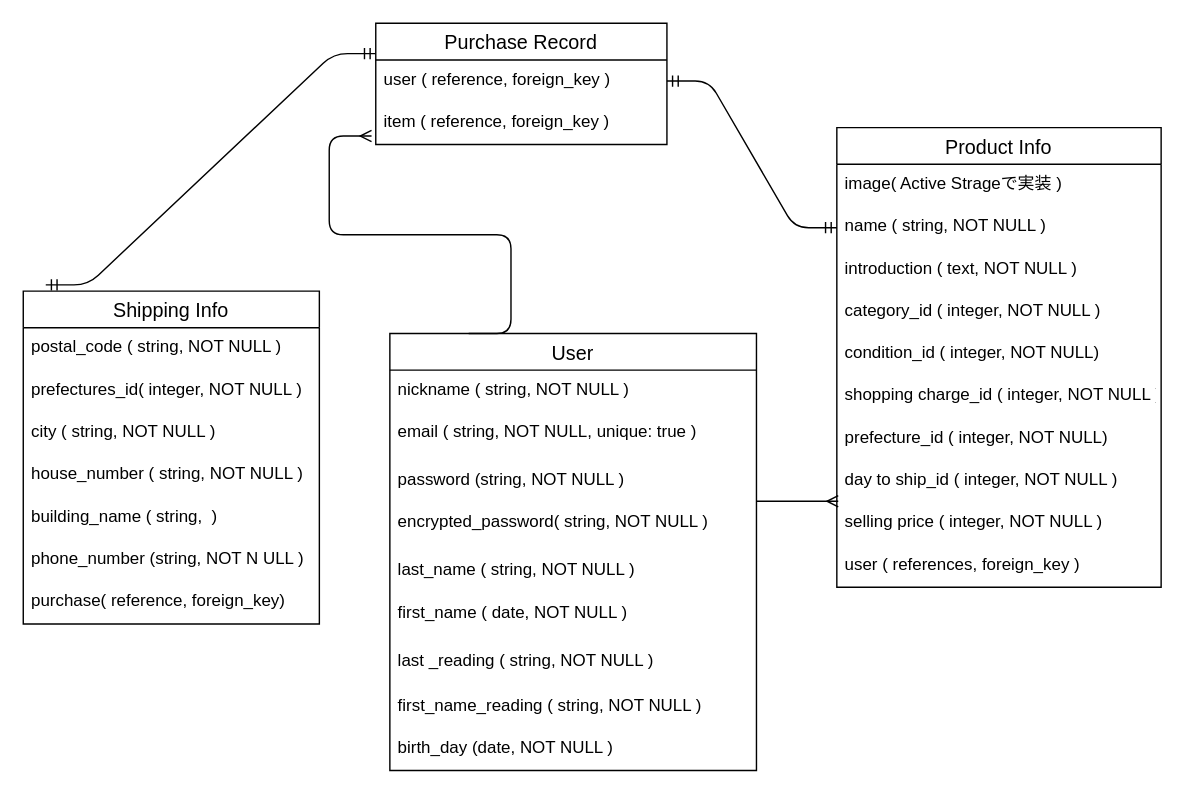
The draw.io diagram app/views/furima.dio in miyazakisayaka7/furima-35258, before the edit. Source tidied: cells renumbered, new cells numbered last; positions are measured from the earlier drawing's top-left corner, leaving out a move shared by most shapes. Both pictures are drawn from the tidied source at 141%, with x=0, y=0 at pixel (23, 23).
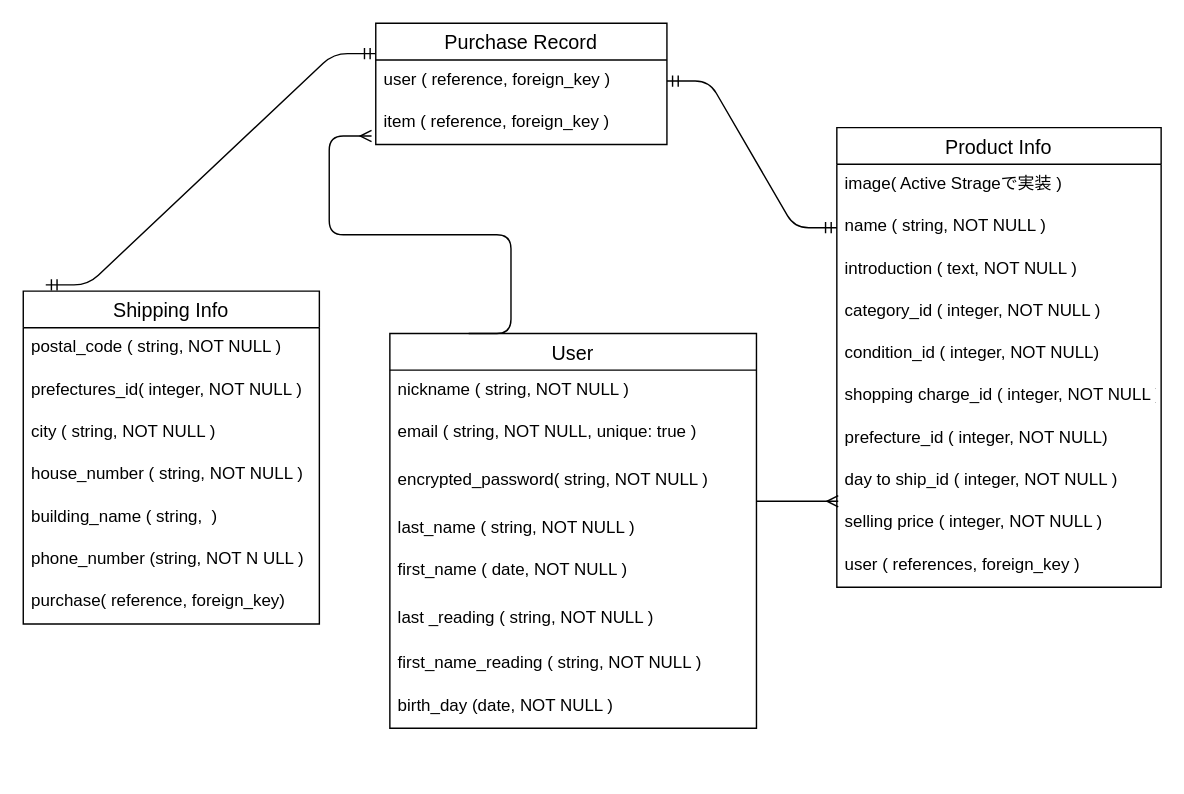
The same page after the edit.

The edit, as a diff of the source:
```diff
@@
     <mxCell id="24" value="User" style="swimlane;fontStyle=0;horizontal=1;startSize=26;align=center;fontSize=14;rounded=0;sketch=0;" parent="1" vertex="1">
-      <mxGeometry x="260" y="220" width="260" height="310" as="geometry" />
+      <mxGeometry x="260" y="220" width="260" height="280" as="geometry" />
     </mxCell>
@@
-    <mxCell id="27" value="password (string, NOT NULL )" style="text;strokeColor=none;fillColor=none;spacingLeft=4;spacingRight=4;overflow=hidden;fontSize=12;" parent="24" vertex="1">
-      <mxGeometry y="90" width="260" height="30" as="geometry" />
-    </mxCell>
     <mxCell id="28" value="encrypted_password( string, NOT NULL )" style="text;strokeColor=none;fillColor=none;spacingLeft=4;spacingRight=4;overflow=hidden;fontSize=12;" parent="24" vertex="1">
-      <mxGeometry y="120" width="260" height="34" as="geometry" />
+      <mxGeometry y="90" width="260" height="34" as="geometry" />
     </mxCell>
     <mxCell id="29" value="last_name ( string, NOT NULL )&#10;" style="text;strokeColor=none;fillColor=none;spacingLeft=4;spacingRight=4;overflow=hidden;fontSize=12;" parent="24" vertex="1">
-      <mxGeometry y="154" width="260" height="30" as="geometry" />
+      <mxGeometry y="124" width="260" height="30" as="geometry" />
     </mxCell>
     <mxCell id="30" value="first_name ( date, NOT NULL )" style="text;strokeColor=none;fillColor=none;spacingLeft=4;spacingRight=4;overflow=hidden;fontSize=12;" parent="24" vertex="1">
-      <mxGeometry y="184" width="260" height="34" as="geometry" />
+      <mxGeometry y="154" width="260" height="34" as="geometry" />
     </mxCell>
     <mxCell id="31" value="last _reading ( string, NOT NULL )" style="text;strokeColor=none;fillColor=none;spacingLeft=4;spacingRight=4;overflow=hidden;fontSize=12;" parent="24" vertex="1">
-      <mxGeometry y="218" width="260" height="32" as="geometry" />
+      <mxGeometry y="188" width="260" height="32" as="geometry" />
     </mxCell>
     <mxCell id="32" value="first_name_reading ( string, NOT NULL )" style="text;strokeColor=none;fillColor=none;spacingLeft=4;spacingRight=4;overflow=hidden;fontSize=12;" parent="24" vertex="1">
-      <mxGeometry y="250" width="260" height="30" as="geometry" />
+      <mxGeometry y="220" width="260" height="30" as="geometry" />
     </mxCell>
     <mxCell id="33" value="birth_day (date, NOT NULL )" style="text;strokeColor=none;fillColor=none;spacingLeft=4;spacingRight=4;overflow=hidden;fontSize=12;" parent="24" vertex="1">
-      <mxGeometry y="280" width="260" height="30" as="geometry" />
+      <mxGeometry y="250" width="260" height="30" as="geometry" />
     </mxCell>
```
